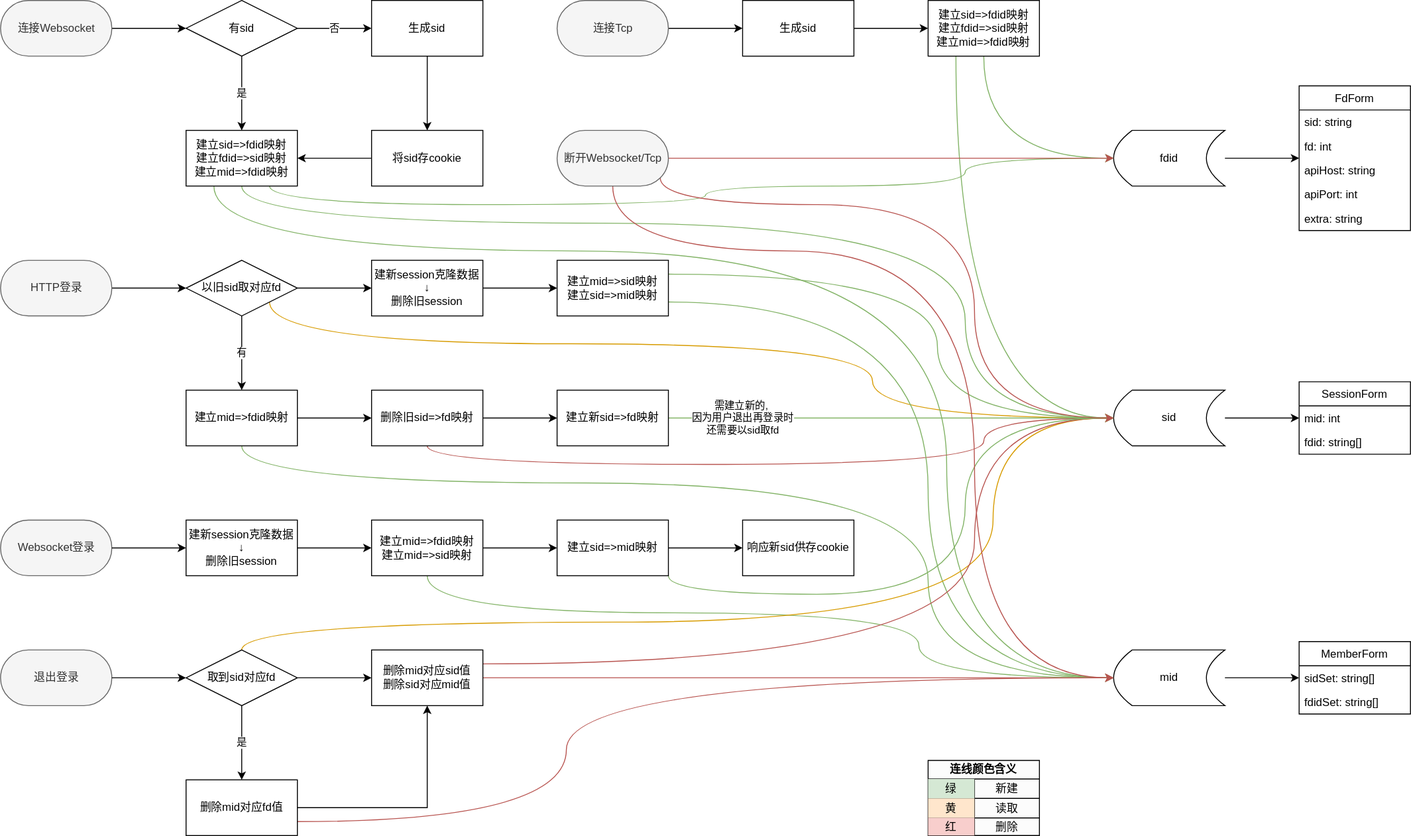
This is docs/request/session-manager-business-relation.svg from drunker/drunk.github.io, a draw.io export, as it was before one commit. Source tidied: cells renumbered, new cells last; positions are measured from the earlier drawing's top-left corner, leaving out a move shared by most shapes.
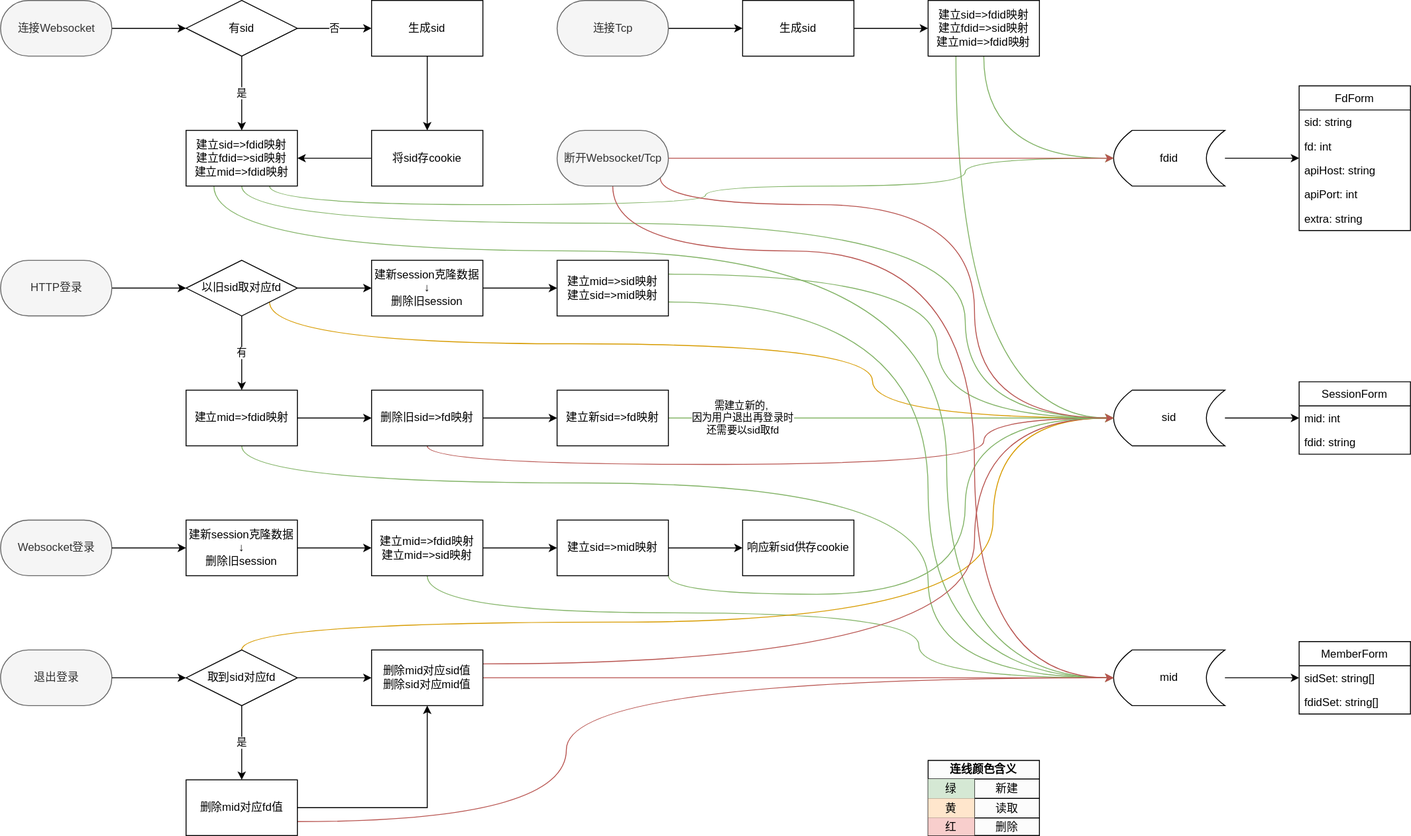
Above is the later version.

Change to the diagram source:
```diff
@@ -374,7 +374,7 @@
     <mxCell id="94" value="mid: int" style="text;strokeColor=none;fillColor=none;align=left;verticalAlign=top;spacingLeft=4;spacingRight=4;overflow=hidden;" parent="93" vertex="1">
       <mxGeometry y="26" width="120" height="26" as="geometry" />
     </mxCell>
-    <mxCell id="95" value="fdid: string[]" style="text;strokeColor=none;fillColor=none;align=left;verticalAlign=top;spacingLeft=4;spacingRight=4;overflow=hidden;" parent="93" vertex="1">
+    <mxCell id="95" value="fdid: string" style="text;strokeColor=none;fillColor=none;align=left;verticalAlign=top;spacingLeft=4;spacingRight=4;overflow=hidden;" parent="93" vertex="1">
       <mxGeometry y="52" width="120" height="26" as="geometry" />
     </mxCell>
   </root>
```
